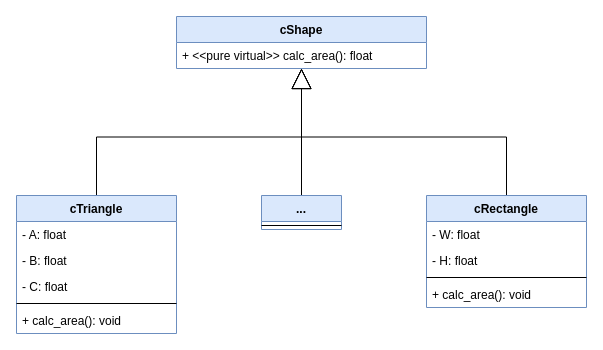
This is Design Patterns/Design Patterns [Official]/Visitor/Support/Class Diagram/Without Pattern.drawio from kieuconghau/lthdt-18clc1-09, a draw.io file, before an edit. Source tidied: cells renumbered, new cells numbered last; positions are measured from the earlier drawing's top-left corner, leaving out a move shared by most shapes. Both pictures are drawn from the tidied source at 100%, with x=0, y=0 at pixel (16, 16).
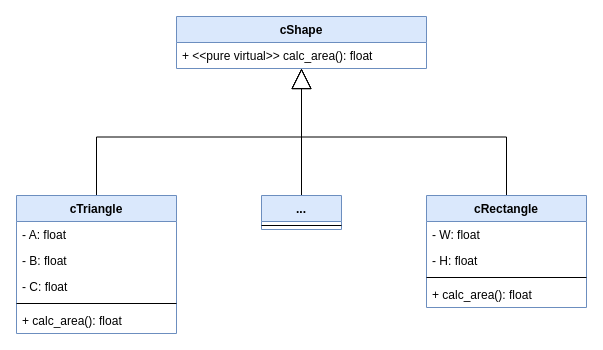
The same page after the edit.

Change to the diagram source:
```diff
@@
 <mxGraphModel>
   <root>
     <mxCell id="0" />
     <mxCell id="1" parent="0" />
     <mxCell id="2" value="cShape" style="swimlane;fontStyle=1;align=center;verticalAlign=top;horizontal=1;startSize=26;fillColor=#dae8fc;strokeColor=#6c8ebf;" parent="1" vertex="1">
       <mxGeometry x="160" width="250" height="52" as="geometry" />
     </mxCell>
     <mxCell id="3" value="+ &lt;&lt;pure virtual&gt;&gt; calc_area(): float" style="text;strokeColor=none;fillColor=none;align=left;verticalAlign=top;spacingLeft=4;spacingRight=4;overflow=hidden;" parent="2" vertex="1">
       <mxGeometry y="26" width="250" height="26" as="geometry" />
     </mxCell>
     <mxCell id="4" style="edgeStyle=orthogonalEdgeStyle;rounded=0;jettySize=auto;html=1;endSize=18;endArrow=block;endFill=0;" parent="1" edge="1" source="5" target="2">
       <mxGeometry relative="1" as="geometry" />
     </mxCell>
     <mxCell id="5" value="cTriangle" style="swimlane;fontStyle=1;align=center;verticalAlign=top;horizontal=1;startSize=26;fillColor=#dae8fc;strokeColor=#6c8ebf;" parent="1" vertex="1">
       <mxGeometry y="179" width="160" height="138" as="geometry" />
     </mxCell>
     <mxCell id="6" value="- A: float" style="text;strokeColor=none;fillColor=none;align=left;verticalAlign=top;spacingLeft=4;spacingRight=4;overflow=hidden;" parent="5" vertex="1">
       <mxGeometry y="26" width="160" height="26" as="geometry" />
     </mxCell>
     <mxCell id="7" value="- B: float" style="text;strokeColor=none;fillColor=none;align=left;verticalAlign=top;spacingLeft=4;spacingRight=4;overflow=hidden;" parent="5" vertex="1">
       <mxGeometry y="52" width="160" height="26" as="geometry" />
     </mxCell>
     <mxCell id="8" value="- C: float" style="text;strokeColor=none;fillColor=none;align=left;verticalAlign=top;spacingLeft=4;spacingRight=4;overflow=hidden;" parent="5" vertex="1">
       <mxGeometry y="78" width="160" height="26" as="geometry" />
     </mxCell>
     <mxCell id="9" style="line;strokeWidth=1;fillColor=none;align=left;verticalAlign=middle;spacingTop=-1;spacingLeft=3;spacingRight=3;labelPosition=right;" parent="5" vertex="1">
       <mxGeometry y="104" width="160" height="8" as="geometry" />
     </mxCell>
-    <mxCell id="10" value="+ calc_area(): void" style="text;strokeColor=none;fillColor=none;align=left;verticalAlign=top;spacingLeft=4;spacingRight=4;overflow=hidden;" parent="5" vertex="1">
+    <mxCell id="10" value="+ calc_area(): float" style="text;strokeColor=none;fillColor=none;align=left;verticalAlign=top;spacingLeft=4;spacingRight=4;overflow=hidden;" parent="5" vertex="1">
       <mxGeometry y="112" width="160" height="26" as="geometry" />
     </mxCell>
     <mxCell id="11" style="edgeStyle=orthogonalEdgeStyle;rounded=0;jettySize=auto;html=1;endSize=18;endArrow=block;endFill=0;" parent="1" edge="1" source="12" target="2">
       <mxGeometry relative="1" as="geometry" />
     </mxCell>
     <mxCell id="12" value="cRectangle" style="swimlane;fontStyle=1;align=center;verticalAlign=top;horizontal=1;startSize=26;fillColor=#dae8fc;strokeColor=#6c8ebf;" parent="1" vertex="1">
       <mxGeometry x="410" y="179" width="160" height="112" as="geometry" />
     </mxCell>
     <mxCell id="13" value="- W: float" style="text;strokeColor=none;fillColor=none;align=left;verticalAlign=top;spacingLeft=4;spacingRight=4;overflow=hidden;" parent="12" vertex="1">
       <mxGeometry y="26" width="160" height="26" as="geometry" />
     </mxCell>
     <mxCell id="14" value="- H: float" style="text;strokeColor=none;fillColor=none;align=left;verticalAlign=top;spacingLeft=4;spacingRight=4;overflow=hidden;" parent="12" vertex="1">
       <mxGeometry y="52" width="160" height="26" as="geometry" />
     </mxCell>
     <mxCell id="15" style="line;strokeWidth=1;fillColor=none;align=left;verticalAlign=middle;spacingTop=-1;spacingLeft=3;spacingRight=3;labelPosition=right;" parent="12" vertex="1">
       <mxGeometry y="78" width="160" height="8" as="geometry" />
     </mxCell>
-    <mxCell id="16" value="+ calc_area(): void" style="text;strokeColor=none;fillColor=none;align=left;verticalAlign=top;spacingLeft=4;spacingRight=4;overflow=hidden;" parent="12" vertex="1">
+    <mxCell id="16" value="+ calc_area(): float" style="text;strokeColor=none;fillColor=none;align=left;verticalAlign=top;spacingLeft=4;spacingRight=4;overflow=hidden;" parent="12" vertex="1">
       <mxGeometry y="86" width="160" height="26" as="geometry" />
     </mxCell>
     <mxCell id="17" style="edgeStyle=orthogonalEdgeStyle;rounded=0;jettySize=auto;html=1;endArrow=block;endFill=0;endSize=18;" parent="1" edge="1" source="18" target="2">
       <mxGeometry relative="1" as="geometry" />
     </mxCell>
     <mxCell id="18" value="..." style="swimlane;fontStyle=1;align=center;verticalAlign=top;horizontal=1;startSize=26;fillColor=#dae8fc;strokeColor=#6c8ebf;" parent="1" vertex="1">
       <mxGeometry x="245" y="179" width="80" height="34" as="geometry" />
     </mxCell>
     <mxCell id="19" style="line;strokeWidth=1;fillColor=none;align=left;verticalAlign=middle;spacingTop=-1;spacingLeft=3;spacingRight=3;labelPosition=right;" parent="18" vertex="1">
       <mxGeometry y="26" width="80" height="8" as="geometry" />
     </mxCell>
   </root>
 </mxGraphModel>
```
